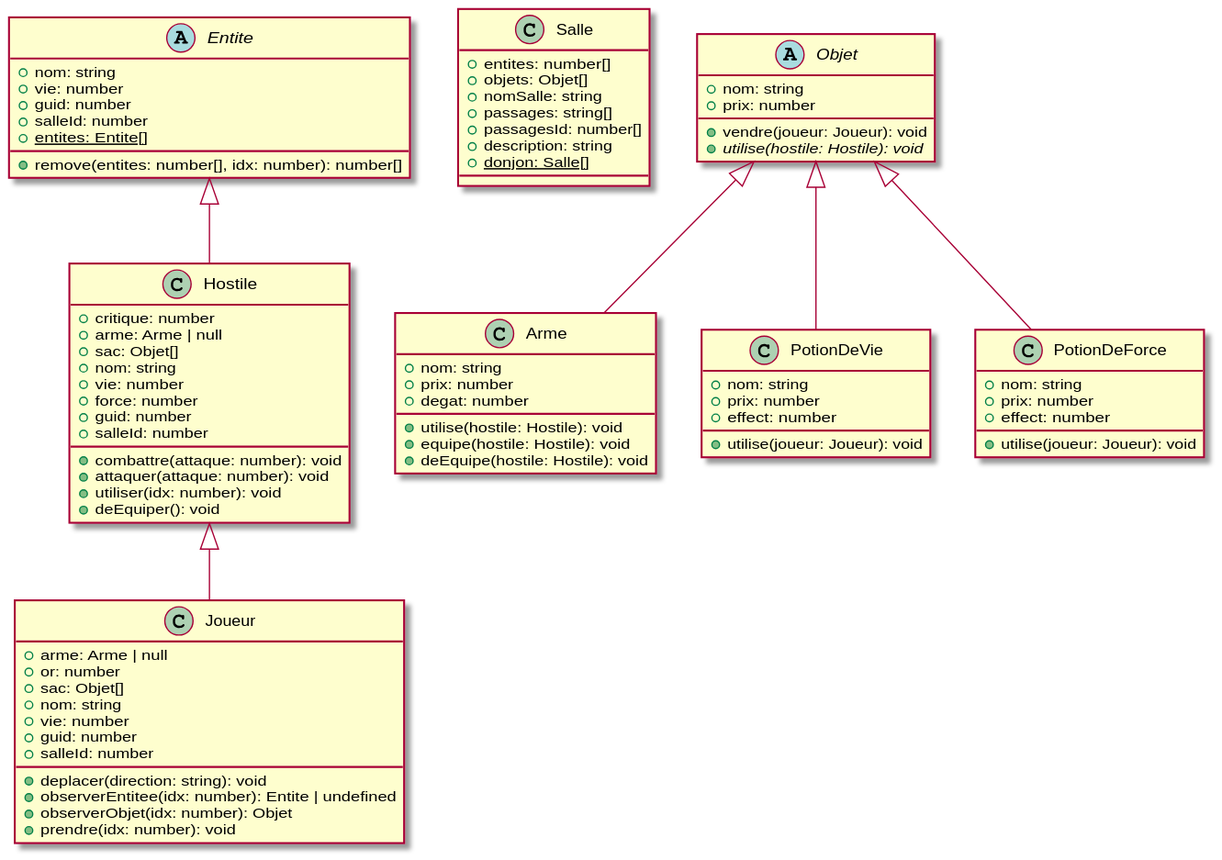
Before: Projet Donjon/UML/UML.svg, a diagram exported from PlantUML (NicolasPereira1/tp-C3P).
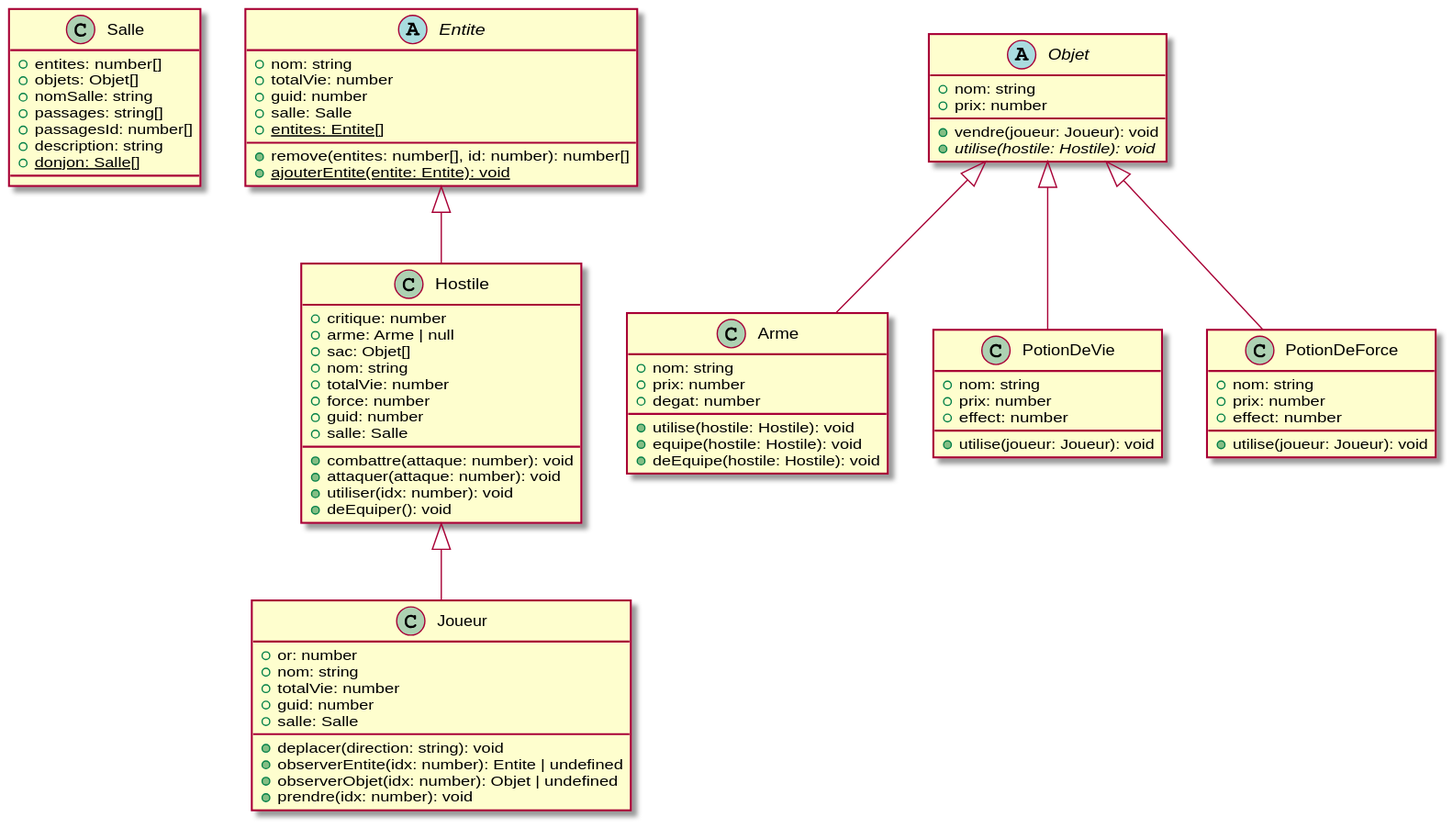
The same diagram one commit later.

The edit, as a diff of the source:
```diff
@@ -1,12 +1,4 @@
 @startuml
-abstract class Entite {
-    +nom: string
-    +vie: number
-    +guid: number
-    +salleId: number
-    +remove(entites: number[], idx: number): number[]
-    +{static} entites: Entite[]
-}
 class Salle {
     +entites: number[]
     +objets: Objet[]
@@ -16,31 +8,38 @@
     +description: string
     +{static} donjon: Salle[]
 }
+abstract class Entite {
+    +nom: string
+    +totalVie: number
+    +guid: number
+    +salle: Salle
+    +remove(entites: number[], id: number): number[]
+    +{static} entites: Entite[]
+    +{static} ajouterEntite(entite: Entite): void
+}
 class Hostile extends Entite {
     +critique: number
     +arme: Arme | null
     +sac: Objet[]
     +nom: string
-    +vie: number
+    +totalVie: number
     +force: number
     +guid: number
-    +salleId: number
+    +salle: Salle
     +combattre(attaque: number): void
     +attaquer(attaque: number): void
     +utiliser(idx: number): void
     +deEquiper(): void
 }
 class Joueur extends Hostile {
-    +arme: Arme | null
     +or: number
-    +sac: Objet[]
     +nom: string
-    +vie: number
+    +totalVie: number
     +guid: number
-    +salleId: number
+    +salle: Salle
     +deplacer(direction: string): void
-    +observerEntitee(idx: number): Entite | undefined
-    +observerObjet(idx: number): Objet
+    +observerEntite(idx: number): Entite | undefined
+    +observerObjet(idx: number): Objet | undefined
     +prendre(idx: number): void
 }
 abstract class Objet {
```
